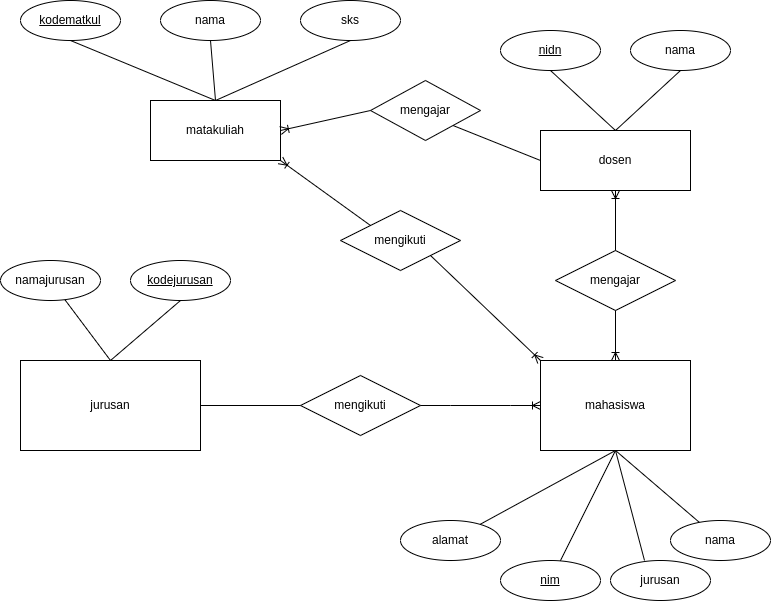
Earlier version of the draw.io export tes draw io c14.png (bagjaalam1/RUBICAMP). Source tidied: cells renumbered, new cells last; positions are measured from the earlier drawing's top-left corner, leaving out a move shared by most shapes.
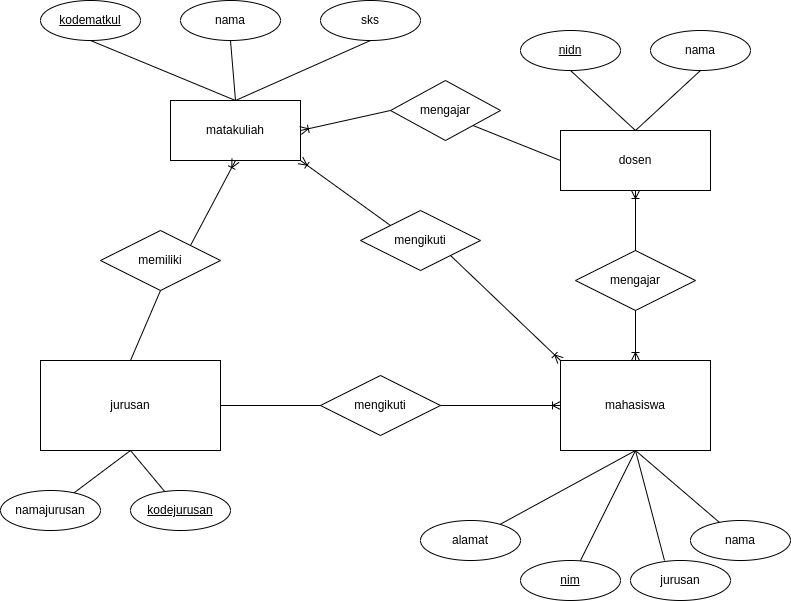
Later version of the same file.

What changed in the source:
```diff
@@ -32,16 +32,16 @@
     <mxCell id="11" value="jurusan" style="whiteSpace=wrap;html=1;align=center;" parent="1" vertex="1">
       <mxGeometry x="20" y="360" width="180" height="90" as="geometry" />
     </mxCell>
-    <mxCell id="12" style="endArrow=none;html=1;rounded=0;exitX=0.5;exitY=0;exitDx=0;exitDy=0;" parent="1" edge="1" source="11" target="13">
+    <mxCell id="12" style="endArrow=none;html=1;rounded=0;exitX=0.5;exitY=1;exitDx=0;exitDy=0;" parent="1" edge="1" source="11" target="13">
       <mxGeometry relative="1" as="geometry" />
     </mxCell>
     <mxCell id="13" value="namajurusan" style="ellipse;whiteSpace=wrap;html=1;align=center;" parent="1" vertex="1">
-      <mxGeometry y="260" width="100" height="40" as="geometry" />
+      <mxGeometry x="-20" y="490" width="100" height="40" as="geometry" />
     </mxCell>
     <mxCell id="14" value="mengikuti" style="shape=rhombus;perimeter=rhombusPerimeter;whiteSpace=wrap;html=1;align=center;" parent="1" vertex="1">
       <mxGeometry x="300" y="375" width="120" height="60" as="geometry" />
     </mxCell>
-    <mxCell id="15" style="edgeStyle=entityRelationEdgeStyle;fontSize=12;html=1;endArrow=ERoneToMany;rounded=0;exitX=1;exitY=0.5;exitDx=0;exitDy=0;" parent="1" edge="1" source="14" target="2">
+    <mxCell id="15" style="fontSize=12;html=1;endArrow=ERoneToMany;rounded=0;exitX=1;exitY=0.5;exitDx=0;exitDy=0;" parent="1" edge="1" source="14" target="2">
       <mxGeometry relative="1" as="geometry" />
     </mxCell>
     <mxCell id="16" style="endArrow=none;html=1;rounded=0;entryX=0;entryY=0.5;entryDx=0;entryDy=0;exitX=1;exitY=0.5;exitDx=0;exitDy=0;" parent="1" edge="1" source="11" target="14">
@@ -72,9 +72,9 @@
       <mxGeometry relative="1" as="geometry" />
     </mxCell>
     <mxCell id="25" value="kodejurusan" style="ellipse;whiteSpace=wrap;html=1;align=center;fontStyle=4;" parent="1" vertex="1">
-      <mxGeometry x="130" y="260" width="100" height="40" as="geometry" />
+      <mxGeometry x="110" y="490" width="100" height="40" as="geometry" />
     </mxCell>
-    <mxCell id="26" style="endArrow=none;html=1;rounded=0;exitX=0.5;exitY=0;exitDx=0;exitDy=0;entryX=0.5;entryY=1;entryDx=0;entryDy=0;" parent="1" edge="1" source="11" target="25">
+    <mxCell id="26" style="endArrow=none;html=1;rounded=0;exitX=0.5;exitY=1;exitDx=0;exitDy=0;" parent="1" edge="1" source="11" target="25">
       <mxGeometry relative="1" as="geometry" />
     </mxCell>
     <mxCell id="27" value="matakuliah" style="whiteSpace=wrap;html=1;align=center;" parent="1" vertex="1">
@@ -116,5 +116,14 @@
     <mxCell id="39" style="fontSize=12;html=1;endArrow=ERoneToMany;rounded=0;entryX=1;entryY=0.5;entryDx=0;entryDy=0;exitX=0;exitY=0.5;exitDx=0;exitDy=0;" parent="1" edge="1" source="37" target="27">
       <mxGeometry relative="1" as="geometry" />
     </mxCell>
+    <mxCell id="40" value="memiliki" style="shape=rhombus;perimeter=rhombusPerimeter;whiteSpace=wrap;html=1;align=center;" parent="1" vertex="1">
+      <mxGeometry x="80" y="230" width="120" height="60" as="geometry" />
+    </mxCell>
+    <mxCell id="41" style="endArrow=none;html=1;rounded=0;entryX=0.5;entryY=1;entryDx=0;entryDy=0;exitX=0.5;exitY=0;exitDx=0;exitDy=0;" parent="1" edge="1" source="11" target="40">
+      <mxGeometry relative="1" as="geometry" />
+    </mxCell>
+    <mxCell id="42" style="fontSize=12;html=1;endArrow=ERoneToMany;rounded=0;exitX=1;exitY=0;exitDx=0;exitDy=0;entryX=0.5;entryY=1;entryDx=0;entryDy=0;" parent="1" edge="1" source="40" target="27">
+      <mxGeometry relative="1" as="geometry" />
+    </mxCell>
   </root>
 </mxGraphModel>
```
